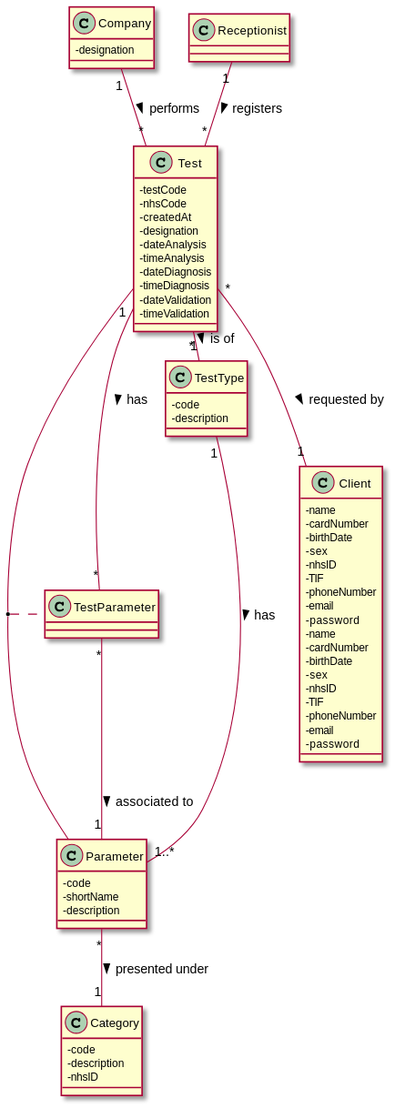
This is docs/SprintC/US4/US4_DM.svg from MadDinosaur/ISEP-LAPR2, a PlantUML export, as it was before one commit. Its diagram source:
```plantuml
@startuml
skinparam classAttributeIconSize 0

class Company {
-designation
}
class Test {
-testCode
-nhsCode
-createdAt
-designation
-dateAnalysis
-timeAnalysis
-dateDiagnosis
-timeDiagnosis
-dateValidation
-timeValidation
}
class Client {
-name
-cardNumber
-birthDate
-sex
-nhsID
-TIF
-phoneNumber
-email
-password
}
class Receptionist
class TestType {
-code
-description
}
class Parameter {
-code
-shortName
-description
}
class Client {
-name
-cardNumber
-birthDate
-sex
-nhsID
-TIF
-phoneNumber
-email
-password
}
class Category {
-code
-description
-nhsID
}

TestType "1"--"1..*" Parameter : has >
(Test, Parameter) .. TestParameter
Test "*"--"1" Client : requested by >
TestParameter "*"--"1" Test : has <
Receptionist "1"--"*" Test : registers >
Test "*"-up-"1" Company : performs <
Test "*"-right-"1" "TestType" : is of >
TestParameter "*"--"1" Parameter : associated to >
Parameter "*"--"1" Category : presented under >

@enduml
```
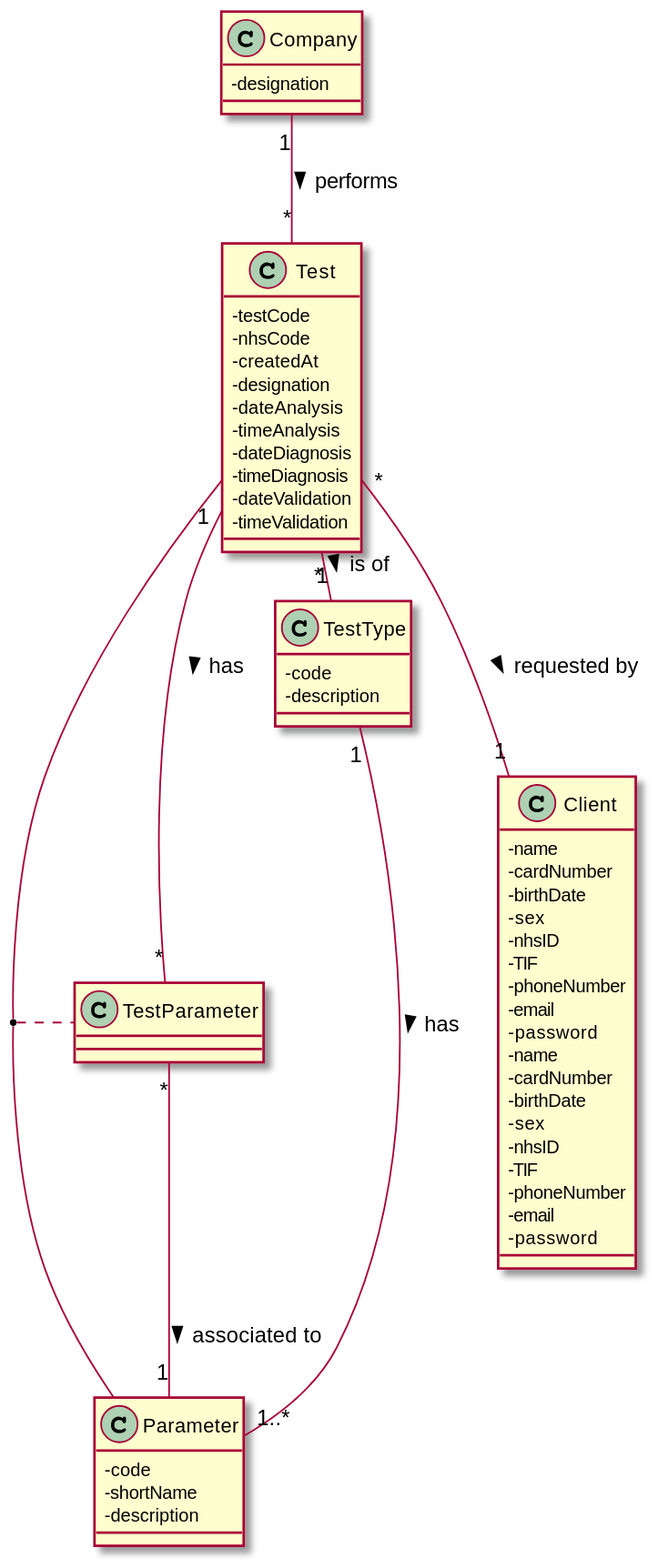
After the change.

What changed in the source:
```diff
@@ -27,7 +27,6 @@
 -email
 -password
 }
-class Receptionist
 class TestType {
 -code
 -description
@@ -48,20 +47,13 @@
 -email
 -password
 }
-class Category {
--code
--description
--nhsID
-}
 
 TestType "1"--"1..*" Parameter : has >
 (Test, Parameter) .. TestParameter
 Test "*"--"1" Client : requested by >
 TestParameter "*"--"1" Test : has <
-Receptionist "1"--"*" Test : registers >
 Test "*"-up-"1" Company : performs <
 Test "*"-right-"1" "TestType" : is of >
 TestParameter "*"--"1" Parameter : associated to >
-Parameter "*"--"1" Category : presented under >
 
 @enduml
```
